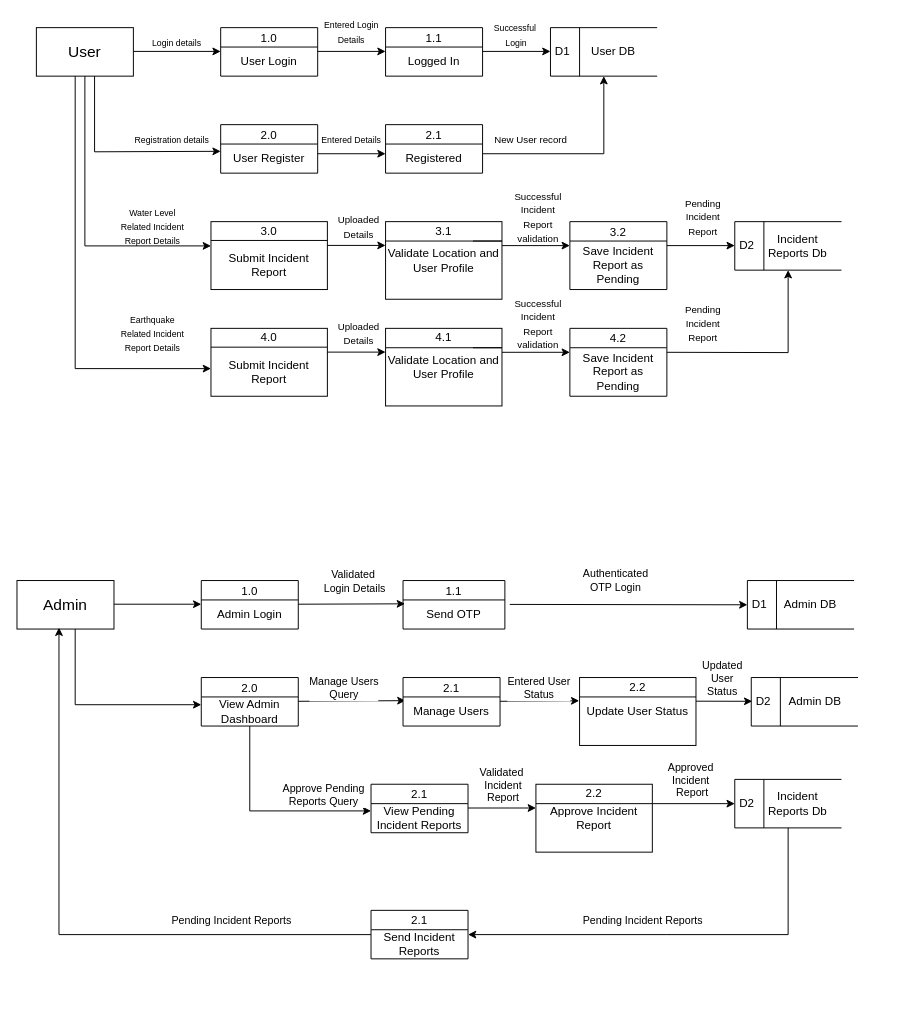
Earlier version of the draw.io diagram DFD1.drawio (N0Obitaz/DrawIODiagrams). Source tidied: cells renumbered, new cells numbered last; positions are measured from the earlier drawing's top-left corner, leaving out a move shared by most shapes. Both pictures are drawn from the tidied source at 97%, with x=0, y=0 at pixel (16, 16).
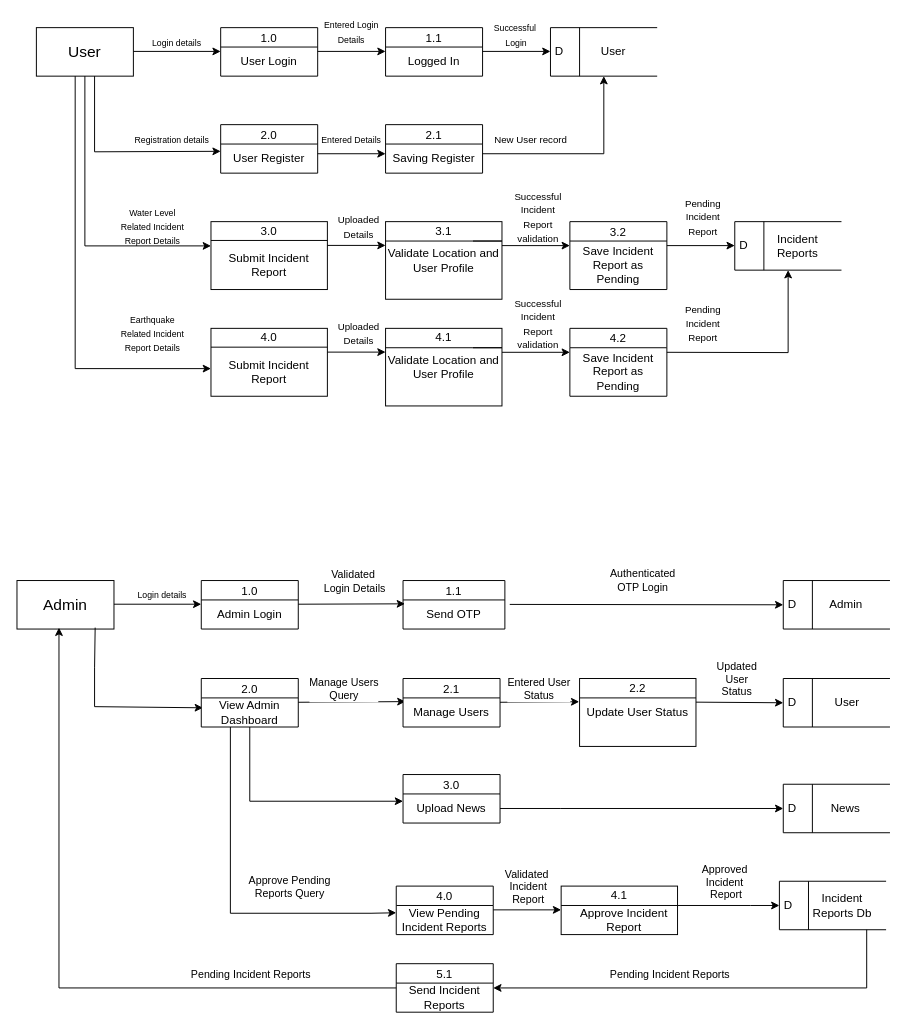
The same diagram, later.

The change refers to these unchanged cells:
```xml
<mxCell id="14" value="2.1" style="swimlane;fontStyle=0;horizontal=1;startSize=20;fillColor=#ffffff;swimlaneFillColor=#ffffff;" parent="1" vertex="1">
  <mxGeometry x="380" y="111" width="100" height="50" as="geometry" />
</mxCell>
<mxCell id="32" value="&lt;span style=&quot;font-size: 16px;&quot;&gt;Admin&lt;/span&gt;" style="html=1;dashed=0;whiteSpace=wrap;" parent="1" vertex="1">
  <mxGeometry y="581" width="100" height="50" as="geometry" />
</mxCell>
<mxCell id="38" style="endArrow=classic;html=1;rounded=0;entryX=0;entryY=0.5;entryDx=0;entryDy=0;" parent="1" edge="1" target="104">
  <mxGeometry relative="1" as="geometry">
    <mxPoint x="508" y="605.6" as="sourcePoint" />
  </mxGeometry>
</mxCell>
<mxCell id="43" value="View Admin&lt;div&gt;Dashboard&lt;/div&gt;" style="text;html=1;whiteSpace=wrap;strokeColor=none;fillColor=none;align=center;verticalAlign=middle;rounded=0;" parent="42" vertex="1">
  <mxGeometry y="20" width="100" height="30" as="geometry" />
</mxCell>
<mxCell id="47" value="Manage Users" style="text;html=1;whiteSpace=wrap;strokeColor=none;fillColor=none;align=center;verticalAlign=middle;rounded=0;" parent="46" vertex="1">
  <mxGeometry y="20" width="100" height="30" as="geometry" />
</mxCell>
<mxCell id="85" value="View Pending Incident Reports" style="text;html=1;whiteSpace=wrap;strokeColor=none;fillColor=none;align=center;verticalAlign=middle;rounded=0;" parent="84" vertex="1">
  <mxGeometry y="20" width="100" height="30" as="geometry" />
</mxCell>
<mxCell id="97" value="Send Incident Reports" style="text;html=1;whiteSpace=wrap;strokeColor=none;fillColor=none;align=center;verticalAlign=middle;rounded=0;" parent="96" vertex="1">
  <mxGeometry y="20" width="100" height="30" as="geometry" />
</mxCell>
<mxCell id="108" value="&lt;div&gt;Update User Status&lt;/div&gt;" style="rounded=0;whiteSpace=wrap;html=1;" parent="107" vertex="1">
  <mxGeometry width="120" height="70" as="geometry" />
</mxCell>
```

Change to the diagram source:
```diff
@@
-    <mxCell id="7" value="D1" style="html=1;dashed=0;whiteSpace=wrap;shape=mxgraph.dfd.dataStoreID;align=left;spacingLeft=3;points=[[0,0],[0.5,0],[1,0],[0,0.5],[1,0.5],[0,1],[0.5,1],[1,1]];" parent="1" vertex="1">
+    <mxCell id="7" value="D" style="html=1;dashed=0;whiteSpace=wrap;shape=mxgraph.dfd.dataStoreID;align=left;spacingLeft=3;points=[[0,0],[0.5,0],[1,0],[0,0.5],[1,0.5],[0,1],[0.5,1],[1,1]];" parent="1" vertex="1">
       <mxGeometry x="550" y="11" width="110" height="50" as="geometry" />
     </mxCell>
@@
-    <mxCell id="11" value="User DB" style="text;html=1;whiteSpace=wrap;strokeColor=none;fillColor=none;align=center;verticalAlign=middle;rounded=0;" parent="1" vertex="1">
+    <mxCell id="11" value="User" style="text;html=1;whiteSpace=wrap;strokeColor=none;fillColor=none;align=center;verticalAlign=middle;rounded=0;" parent="1" vertex="1">
       <mxGeometry x="585" y="21" width="60" height="30" as="geometry" />
     </mxCell>
@@
-    <mxCell id="15" value="Registered" style="text;html=1;whiteSpace=wrap;strokeColor=none;fillColor=none;align=center;verticalAlign=middle;rounded=0;" parent="14" vertex="1">
+    <mxCell id="15" value="Saving Register" style="text;html=1;whiteSpace=wrap;strokeColor=none;fillColor=none;align=center;verticalAlign=middle;rounded=0;" parent="14" vertex="1">
       <mxGeometry y="20" width="100" height="30" as="geometry" />
     </mxCell>
@@
-    <mxCell id="20" value="D2" style="html=1;dashed=0;whiteSpace=wrap;shape=mxgraph.dfd.dataStoreID;align=left;spacingLeft=3;points=[[0,0],[0.5,0],[1,0],[0,0.5],[1,0.5],[0,1],[0.5,1],[1,1]];" parent="1" vertex="1">
+    <mxCell id="20" value="D" style="html=1;dashed=0;whiteSpace=wrap;shape=mxgraph.dfd.dataStoreID;align=left;spacingLeft=3;points=[[0,0],[0.5,0],[1,0],[0,0.5],[1,0.5],[0,1],[0.5,1],[1,1]];" parent="1" vertex="1">
       <mxGeometry x="740" y="211" width="110" height="50" as="geometry" />
     </mxCell>
@@
-    <mxCell id="31" value="Incident Reports Db" style="text;html=1;whiteSpace=wrap;strokeColor=none;fillColor=none;align=center;verticalAlign=middle;rounded=0;" parent="1" vertex="1">
+    <mxCell id="31" value="Incident Reports" style="text;html=1;whiteSpace=wrap;strokeColor=none;fillColor=none;align=center;verticalAlign=middle;rounded=0;" parent="1" vertex="1">
       <mxGeometry x="770" y="221" width="70" height="30" as="geometry" />
     </mxCell>
@@
     <mxCell id="39" value="Authenticated&lt;div&gt;OTP Login&lt;/div&gt;" style="edgeLabel;html=1;align=center;verticalAlign=middle;" parent="38" vertex="1">
       <mxGeometry x="-0.17" y="2" relative="1" as="geometry">
-        <mxPoint x="6" y="-23" as="offset" />
+        <mxPoint x="19" y="-23" as="offset" />
       </mxGeometry>
     </mxCell>
-    <mxCell id="40" style="endArrow=classic;html=1;rounded=0;entryX=0;entryY=0.25;entryDx=0;entryDy=0;" parent="1" edge="1">
+    <mxCell id="40" style="endArrow=classic;html=1;rounded=0;entryX=0.017;entryY=0.34;entryDx=0;entryDy=0;exitX=0.806;exitY=0.971;exitDx=0;exitDy=0;exitPerimeter=0;entryPerimeter=0;" parent="1" edge="1" source="32" target="43">
       <mxGeometry relative="1" as="geometry">
-        <mxPoint x="60" y="631" as="sourcePoint" />
-        <mxPoint x="190" y="709" as="targetPoint" />
         <Array as="points">
-          <mxPoint x="60" y="709" />
+          <mxPoint x="80" y="671" />
+          <mxPoint x="80" y="711" />
         </Array>
       </mxGeometry>
     </mxCell>
     <mxCell id="41" style="edgeStyle=orthogonalEdgeStyle;rounded=0;jettySize=auto;html=1;entryX=0;entryY=0.25;entryDx=0;entryDy=0;" parent="1" edge="1" source="42" target="85">
       <mxGeometry relative="1" as="geometry">
         <Array as="points">
-          <mxPoint x="240" y="818" />
+          <mxPoint x="220" y="924" />
+          <mxPoint x="365" y="924" />
         </Array>
       </mxGeometry>
     </mxCell>
     <mxCell id="42" value="2.0" style="swimlane;fontStyle=0;horizontal=1;startSize=20;fillColor=#ffffff;swimlaneFillColor=#ffffff;" parent="1" vertex="1">
-      <mxGeometry x="190" y="681" width="100" height="50" as="geometry" />
+      <mxGeometry x="190" y="682" width="100" height="50" as="geometry" />
     </mxCell>
@@
     <mxCell id="44" style="endArrow=classic;html=1;rounded=0;entryX=0.025;entryY=0.127;entryDx=0;entryDy=0;entryPerimeter=0;" parent="1" edge="1" target="47">
       <mxGeometry relative="1" as="geometry">
-        <mxPoint x="290" y="705.5" as="sourcePoint" />
+        <mxPoint x="290" y="706.5" as="sourcePoint" />
       </mxGeometry>
     </mxCell>
@@
     <mxCell id="46" value="2.1" style="swimlane;fontStyle=0;horizontal=1;startSize=20;fillColor=#ffffff;swimlaneFillColor=#ffffff;" parent="1" vertex="1">
-      <mxGeometry x="398" y="681" width="100" height="50" as="geometry" />
+      <mxGeometry x="398" y="682" width="100" height="50" as="geometry" />
     </mxCell>
@@
     <mxCell id="48" style="endArrow=classic;html=1;rounded=0;entryX=-0.003;entryY=0.342;entryDx=0;entryDy=0;entryPerimeter=0;" parent="1" edge="1" target="108">
       <mxGeometry relative="1" as="geometry">
-        <mxPoint x="498" y="705.5" as="sourcePoint" />
+        <mxPoint x="498" y="706.5" as="sourcePoint" />
       </mxGeometry>
     </mxCell>
-    <mxCell id="49" value="D2" style="html=1;dashed=0;whiteSpace=wrap;shape=mxgraph.dfd.dataStoreID;align=left;spacingLeft=3;points=[[0,0],[0.5,0],[1,0],[0,0.5],[1,0.5],[0,1],[0.5,1],[1,1]];" parent="1" vertex="1">
-      <mxGeometry x="757" y="681" width="110" height="50" as="geometry" />
+    <mxCell id="49" value="D" style="html=1;dashed=0;whiteSpace=wrap;shape=mxgraph.dfd.dataStoreID;align=left;spacingLeft=3;points=[[0,0],[0.5,0],[1,0],[0,0.5],[1,0.5],[0,1],[0.5,1],[1,1]];" parent="1" vertex="1">
+      <mxGeometry x="790" y="682" width="110" height="50" as="geometry" />
     </mxCell>
-    <mxCell id="50" style="endArrow=classic;html=1;rounded=0;exitX=0.995;exitY=0.348;exitDx=0;exitDy=0;exitPerimeter=0;" parent="1" edge="1" source="108">
-      <mxGeometry relative="1" as="geometry">
-        <mxPoint x="758" y="705.5" as="targetPoint" />
-      </mxGeometry>
+    <mxCell id="50" style="endArrow=classic;html=1;rounded=0;exitX=0.995;exitY=0.348;exitDx=0;exitDy=0;exitPerimeter=0;entryX=0;entryY=0.5;entryDx=0;entryDy=0;" parent="1" edge="1" source="108" target="49">
+      <mxGeometry relative="1" as="geometry" />
     </mxCell>
@@
-    <mxCell id="52" value="Admin DB" style="text;html=1;whiteSpace=wrap;strokeColor=none;fillColor=none;align=center;verticalAlign=middle;rounded=0;" parent="1" vertex="1">
-      <mxGeometry x="793" y="691" width="60" height="30" as="geometry" />
+    <mxCell id="52" value="User" style="text;html=1;whiteSpace=wrap;strokeColor=none;fillColor=none;align=center;verticalAlign=middle;rounded=0;" parent="1" vertex="1">
+      <mxGeometry x="826" y="692" width="60" height="30" as="geometry" />
     </mxCell>
@@
-    <mxCell id="84" value="2.1" style="swimlane;fontStyle=0;horizontal=1;startSize=20;fillColor=#ffffff;swimlaneFillColor=#ffffff;" parent="1" vertex="1">
-      <mxGeometry x="365" y="791" width="100" height="50" as="geometry" />
+    <mxCell id="84" value="4.0" style="swimlane;fontStyle=0;horizontal=1;startSize=20;fillColor=#ffffff;swimlaneFillColor=#ffffff;" parent="1" vertex="1">
+      <mxGeometry x="391" y="896" width="100" height="50" as="geometry" />
     </mxCell>
@@
     <mxCell id="86" style="endArrow=classic;html=1;rounded=0;" parent="1" edge="1">
       <mxGeometry relative="1" as="geometry">
-        <mxPoint x="465" y="815.5" as="sourcePoint" />
-        <mxPoint x="535" y="815.5" as="targetPoint" />
+        <mxPoint x="491" y="920.5" as="sourcePoint" />
+        <mxPoint x="561" y="920.5" as="targetPoint" />
       </mxGeometry>
     </mxCell>
     <mxCell id="87" style="edgeStyle=orthogonalEdgeStyle;rounded=0;jettySize=auto;html=1;entryX=0;entryY=0.5;entryDx=0;entryDy=0;" parent="1" edge="1" source="89" target="93">
       <mxGeometry relative="1" as="geometry">
         <Array as="points">
-          <mxPoint x="730" y="811" />
+          <mxPoint x="756" y="916" />
         </Array>
       </mxGeometry>
     </mxCell>
@@
-    <mxCell id="89" value="&lt;div&gt;Approve Incident Report&lt;/div&gt;" style="rounded=0;whiteSpace=wrap;html=1;" parent="1" vertex="1">
-      <mxGeometry x="535" y="791" width="120" height="70" as="geometry" />
+    <mxCell id="89" style="rounded=0;whiteSpace=wrap;html=1;" parent="1" vertex="1">
+      <mxGeometry x="561" y="896" width="120" height="50" as="geometry" />
     </mxCell>
-    <mxCell id="90" value="2.2" style="text;html=1;whiteSpace=wrap;strokeColor=none;fillColor=none;align=center;verticalAlign=middle;rounded=0;" parent="1" vertex="1">
-      <mxGeometry x="555" y="791" width="80" height="20" as="geometry" />
+    <mxCell id="90" value="4.1" style="text;html=1;whiteSpace=wrap;strokeColor=none;fillColor=none;align=center;verticalAlign=middle;rounded=0;" parent="1" vertex="1">
+      <mxGeometry x="581" y="896" width="80" height="20" as="geometry" />
     </mxCell>
     <mxCell id="91" style="endArrow=none;html=1;rounded=0;" parent="1" edge="1">
       <mxGeometry relative="1" as="geometry">
-        <mxPoint x="535" y="811" as="sourcePoint" />
-        <mxPoint x="655" y="811" as="targetPoint" />
+        <mxPoint x="561" y="916" as="sourcePoint" />
+        <mxPoint x="681" y="916" as="targetPoint" />
       </mxGeometry>
     </mxCell>
     <mxCell id="92" style="group;" parent="1" vertex="1">
-      <mxGeometry x="740" y="786" width="110" height="50" as="geometry" />
+      <mxGeometry x="786" y="891" width="110" height="50" as="geometry" />
     </mxCell>
-    <mxCell id="93" value="D2" style="html=1;dashed=0;whiteSpace=wrap;shape=mxgraph.dfd.dataStoreID;align=left;spacingLeft=3;points=[[0,0],[0.5,0],[1,0],[0,0.5],[1,0.5],[0,1],[0.5,1],[1,1]];" parent="92" vertex="1">
+    <mxCell id="93" value="D" style="html=1;dashed=0;whiteSpace=wrap;shape=mxgraph.dfd.dataStoreID;align=left;spacingLeft=3;points=[[0,0],[0.5,0],[1,0],[0,0.5],[1,0.5],[0,1],[0.5,1],[1,1]];" parent="92" vertex="1">
       <mxGeometry width="110" height="50" as="geometry" />
     </mxCell>
@@
-    <mxCell id="96" value="2.1" style="swimlane;fontStyle=0;horizontal=1;startSize=20;fillColor=#ffffff;swimlaneFillColor=#ffffff;" parent="1" vertex="1">
-      <mxGeometry x="365" y="921" width="100" height="50" as="geometry" />
+    <mxCell id="96" value="5.1" style="swimlane;fontStyle=0;horizontal=1;startSize=20;fillColor=#ffffff;swimlaneFillColor=#ffffff;" parent="1" vertex="1">
+      <mxGeometry x="391" y="976" width="100" height="50" as="geometry" />
     </mxCell>
@@
     <mxCell id="98" style="edgeStyle=orthogonalEdgeStyle;rounded=0;jettySize=auto;html=1;" parent="1" edge="1" source="93" target="97">
       <mxGeometry relative="1" as="geometry">
         <Array as="points">
-          <mxPoint x="670" y="946" />
-          <mxPoint x="670" y="946" />
+          <mxPoint x="876" y="1001" />
         </Array>
       </mxGeometry>
     </mxCell>
@@
     <mxCell id="101" value="Pending Incident Reports" style="edgeLabel;html=1;align=center;verticalAlign=middle;" parent="1" vertex="1">
-      <mxGeometry x="220" y="931" as="geometry" />
+      <mxGeometry x="240" y="986" as="geometry" />
     </mxCell>
     <mxCell id="102" value="Validated&amp;nbsp;&lt;div&gt;Incident&lt;/div&gt;&lt;div&gt;Report&lt;/div&gt;" style="edgeLabel;html=1;align=center;verticalAlign=middle;" parent="1" vertex="1">
-      <mxGeometry x="500" y="791" as="geometry" />
+      <mxGeometry x="526" y="896" as="geometry" />
     </mxCell>
     <mxCell id="103" style="group;" parent="1" vertex="1">
-      <mxGeometry x="753" y="581" width="110" height="50" as="geometry" />
+      <mxGeometry x="790" y="581" width="110" height="50" as="geometry" />
     </mxCell>
-    <mxCell id="104" value="D1" style="html=1;dashed=0;whiteSpace=wrap;shape=mxgraph.dfd.dataStoreID;align=left;spacingLeft=3;points=[[0,0],[0.5,0],[1,0],[0,0.5],[1,0.5],[0,1],[0.5,1],[1,1]];" parent="103" vertex="1">
+    <mxCell id="104" value="D" style="html=1;dashed=0;whiteSpace=wrap;shape=mxgraph.dfd.dataStoreID;align=left;spacingLeft=3;points=[[0,0],[0.5,0],[1,0],[0,0.5],[1,0.5],[0,1],[0.5,1],[1,1]];" parent="103" vertex="1">
       <mxGeometry width="110" height="50" as="geometry" />
     </mxCell>
-    <mxCell id="105" value="Admin DB" style="text;html=1;whiteSpace=wrap;strokeColor=none;fillColor=none;align=center;verticalAlign=middle;rounded=0;" parent="103" vertex="1">
+    <mxCell id="105" value="Admin" style="text;html=1;whiteSpace=wrap;strokeColor=none;fillColor=none;align=center;verticalAlign=middle;rounded=0;" parent="103" vertex="1">
       <mxGeometry x="35" y="10" width="60" height="30" as="geometry" />
     </mxCell>
     <mxCell id="106" value="Entered User&lt;div&gt;Status&lt;/div&gt;" style="edgeLabel;html=1;align=center;verticalAlign=middle;" parent="1" vertex="1">
-      <mxGeometry x="537.5" y="691" as="geometry" />
+      <mxGeometry x="537.5" y="692" as="geometry" />
     </mxCell>
     <mxCell id="107" style="group;" parent="1" vertex="1">
-      <mxGeometry x="580" y="681" width="120" height="70" as="geometry" />
+      <mxGeometry x="580" y="682" width="120" height="70" as="geometry" />
     </mxCell>
@@
     <mxCell id="111" value="Approve Pending&lt;div&gt;Reports Query&lt;/div&gt;" style="edgeLabel;html=1;align=center;verticalAlign=middle;" parent="1" vertex="1">
-      <mxGeometry x="315" y="801" as="geometry" />
+      <mxGeometry x="280" y="896" as="geometry" />
     </mxCell>
+    <mxCell id="112" value="&lt;font style=&quot;font-size: 9px;&quot;&gt;Login details&lt;/font&gt;" style="text;html=1;whiteSpace=wrap;strokeColor=none;fillColor=none;align=center;verticalAlign=middle;rounded=0;" parent="1" vertex="1">
+      <mxGeometry x="110" y="581" width="80" height="30" as="geometry" />
+    </mxCell>
+    <mxCell id="113" value="Approve Incident Report" style="text;html=1;whiteSpace=wrap;strokeColor=none;fillColor=none;align=center;verticalAlign=middle;rounded=0;" parent="1" vertex="1">
+      <mxGeometry x="576" y="916" width="100" height="30" as="geometry" />
+    </mxCell>
+    <mxCell id="114" value="3.0" style="swimlane;fontStyle=0;horizontal=1;startSize=20;fillColor=#ffffff;swimlaneFillColor=#ffffff;" parent="1" vertex="1">
+      <mxGeometry x="398" y="781" width="100" height="50" as="geometry" />
+    </mxCell>
+    <mxCell id="115" value="Upload News" style="text;html=1;whiteSpace=wrap;strokeColor=none;fillColor=none;align=center;verticalAlign=middle;rounded=0;" parent="114" vertex="1">
+      <mxGeometry y="20" width="100" height="30" as="geometry" />
+    </mxCell>
+    <mxCell id="116" style="edgeStyle=orthogonalEdgeStyle;rounded=0;jettySize=auto;html=1;entryX=0;entryY=0.5;entryDx=0;entryDy=0;" parent="1" edge="1" source="115" target="118">
+      <mxGeometry relative="1" as="geometry">
+        <Array as="points">
+          <mxPoint x="560" y="816" />
+          <mxPoint x="560" y="816" />
+        </Array>
+      </mxGeometry>
+    </mxCell>
+    <mxCell id="117" style="group;" parent="1" vertex="1">
+      <mxGeometry x="790" y="791" width="110" height="50" as="geometry" />
+    </mxCell>
+    <mxCell id="118" value="D" style="html=1;dashed=0;whiteSpace=wrap;shape=mxgraph.dfd.dataStoreID;align=left;spacingLeft=3;points=[[0,0],[0.5,0],[1,0],[0,0.5],[1,0.5],[0,1],[0.5,1],[1,1]];" parent="117" vertex="1">
+      <mxGeometry width="110" height="50" as="geometry" />
+    </mxCell>
+    <mxCell id="119" value="News&amp;nbsp;" style="text;html=1;whiteSpace=wrap;strokeColor=none;fillColor=none;align=center;verticalAlign=middle;rounded=0;" parent="117" vertex="1">
+      <mxGeometry x="36" y="10" width="60" height="30" as="geometry" />
+    </mxCell>
+    <mxCell id="120" style="edgeStyle=orthogonalEdgeStyle;rounded=0;jettySize=auto;html=1;entryX=0;entryY=0.25;entryDx=0;entryDy=0;" parent="1" edge="1" source="43" target="115">
+      <mxGeometry relative="1" as="geometry">
+        <Array as="points">
+          <mxPoint x="240" y="809" />
+          <mxPoint x="398" y="809" />
+        </Array>
+      </mxGeometry>
+    </mxCell>
```
